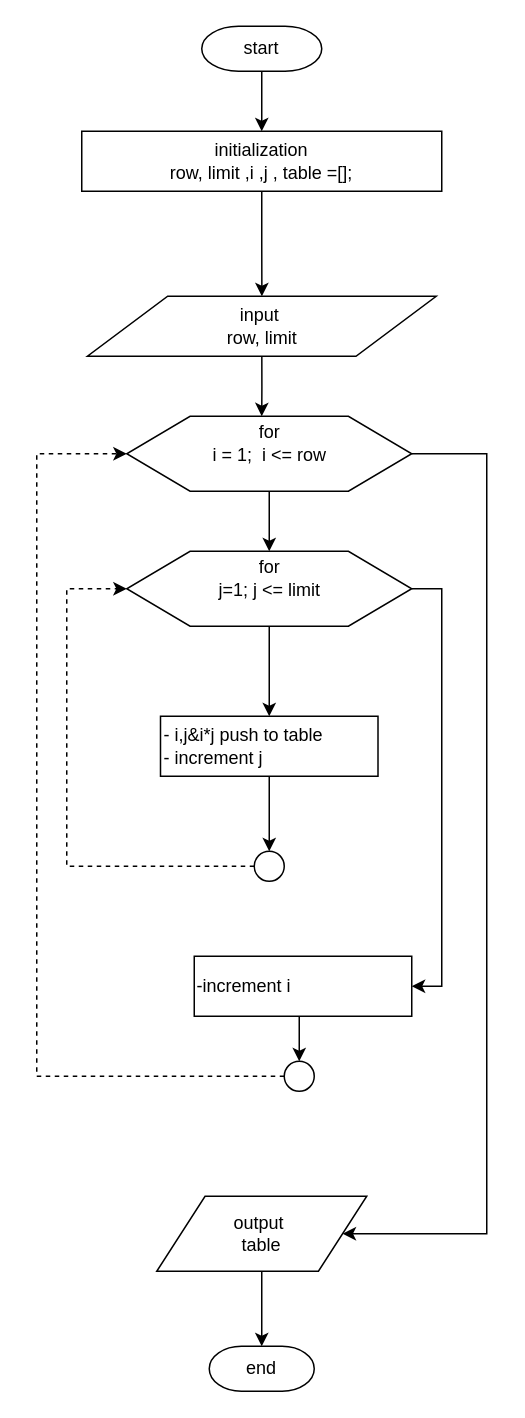
The draw.io diagram flowchart/multyplicationTable.drawio in dedisetiawan05/pre-bootcamp-dumbways, before the edit. Source tidied: cells renumbered, new cells numbered last; positions are measured from the earlier drawing's top-left corner, leaving out a move shared by most shapes. Both pictures are drawn from the tidied source at 150%, with x=0, y=0 at pixel (36, 26).
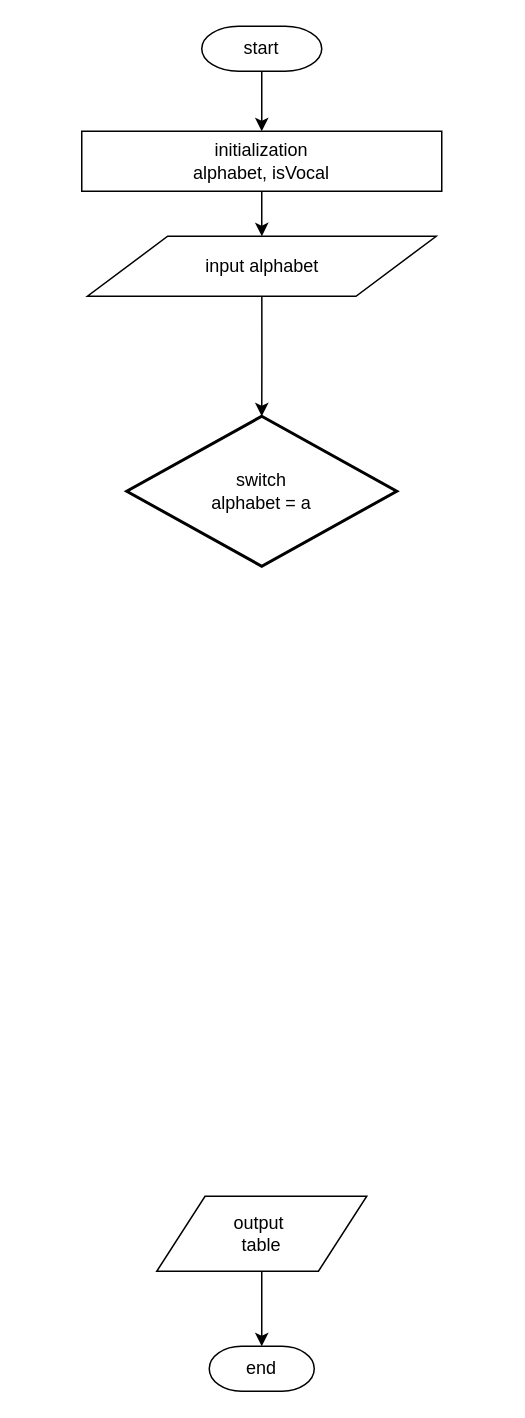
Above is the later version.

Commit message (it also covers changes not shown here):
flowchart vowels check final

The change refers to these unchanged cells:
```xml
<mxCell id="11" value="output&amp;nbsp;&lt;br&gt;table" style="shape=parallelogram;html=1;strokeWidth=1;perimeter=parallelogramPerimeter;whiteSpace=wrap;rounded=1;arcSize=0;size=0.23;" parent="1" vertex="1">
  <mxGeometry x="80" y="780" width="140" height="50" as="geometry" />
</mxCell>
```

Change to the diagram source:
```diff
@@
-    <mxCell id="4" value="input&amp;nbsp;&lt;br&gt;row, limit" style="shape=parallelogram;html=1;strokeWidth=1;perimeter=parallelogramPerimeter;whiteSpace=wrap;rounded=1;arcSize=0;size=0.23;" parent="1" vertex="1">
-      <mxGeometry x="33.8" y="180" width="232.5" height="40" as="geometry" />
+    <mxCell id="4" value="input alphabet" style="shape=parallelogram;html=1;strokeWidth=1;perimeter=parallelogramPerimeter;whiteSpace=wrap;rounded=1;arcSize=0;size=0.23;" parent="1" vertex="1">
+      <mxGeometry x="33.8" y="140" width="232.5" height="40" as="geometry" />
     </mxCell>
@@
-    <mxCell id="6" value="initialization&lt;br&gt;row, limit ,i ,j , table =[];" style="rounded=1;whiteSpace=wrap;html=1;absoluteArcSize=1;arcSize=0;strokeWidth=1;" parent="1" vertex="1">
+    <mxCell id="6" value="initialization&lt;br&gt;alphabet, isVocal" style="rounded=1;whiteSpace=wrap;html=1;absoluteArcSize=1;arcSize=0;strokeWidth=1;" parent="1" vertex="1">
       <mxGeometry x="30" y="70" width="240" height="40" as="geometry" />
     </mxCell>
-    <mxCell id="7" value="- i,j&amp;amp;i*j push to table&lt;br&gt;- increment j" style="rounded=1;absoluteArcSize=1;arcSize=0;strokeWidth=1;align=left;labelBorderColor=none;html=1;" parent="1" vertex="1">
-      <mxGeometry x="82.5" y="460" width="145" height="40" as="geometry" />
-    </mxCell>
-    <mxCell id="8" style="edgeStyle=orthogonalEdgeStyle;rounded=0;jettySize=auto;html=1;exitX=0.5;exitY=1;exitDx=0;exitDy=0;entryX=0.5;entryY=0;entryDx=0;entryDy=0;entryPerimeter=0;" parent="1" edge="1" source="9" target="27">
-      <mxGeometry relative="1" as="geometry" />
-    </mxCell>
-    <mxCell id="9" value="-increment i" style="rounded=1;whiteSpace=wrap;html=1;absoluteArcSize=1;arcSize=0;strokeWidth=1;align=left;" parent="1" vertex="1">
-      <mxGeometry x="105" y="620" width="145" height="40" as="geometry" />
-    </mxCell>
@@
-    <mxCell id="14" style="group;" parent="1" vertex="1">
-      <mxGeometry x="60" y="260" width="190" height="50" as="geometry" />
-    </mxCell>
-    <mxCell id="15" style="verticalLabelPosition=bottom;verticalAlign=top;shape=hexagon;perimeter=hexagonPerimeter2;arcSize=6;size=0.2222222222222222;align=center;labelBackgroundColor=none;html=1;whiteSpace=wrap;spacing=0;horizontal=1;" parent="14" vertex="1">
-      <mxGeometry width="190" height="50" as="geometry" />
-    </mxCell>
-    <mxCell id="16" value="for &lt;br&gt;i = 1;&amp;nbsp; i &amp;lt;= row" style="text;html=1;align=center;verticalAlign=middle;" parent="14" vertex="1">
-      <mxGeometry x="50" y="3" width="90" height="30" as="geometry" />
-    </mxCell>
-    <mxCell id="17" style="group;" parent="1" vertex="1">
-      <mxGeometry x="60" y="350" width="190" height="50" as="geometry" />
-    </mxCell>
-    <mxCell id="18" style="verticalLabelPosition=bottom;verticalAlign=top;shape=hexagon;perimeter=hexagonPerimeter2;arcSize=6;size=0.2222222222222222;align=center;labelBackgroundColor=none;html=1;whiteSpace=wrap;spacing=0;horizontal=1;" parent="17" vertex="1">
-      <mxGeometry width="190" height="50" as="geometry" />
-    </mxCell>
-    <mxCell id="19" value="for &lt;br&gt;j=1; j &amp;lt;= limit" style="text;html=1;align=center;verticalAlign=middle;" parent="17" vertex="1">
-      <mxGeometry x="55" y="3" width="80" height="30" as="geometry" />
-    </mxCell>
-    <mxCell id="20" style="strokeWidth=1;html=1;shape=mxgraph.flowchart.start_2;whiteSpace=wrap;labelBackgroundColor=none;align=left;" parent="1" vertex="1">
-      <mxGeometry x="145" y="550" width="20" height="20" as="geometry" />
-    </mxCell>
-    <mxCell id="21" style="edgeStyle=orthogonalEdgeStyle;rounded=0;jettySize=auto;html=1;entryX=0;entryY=0.5;entryDx=0;entryDy=0;exitX=0;exitY=0.5;exitDx=0;exitDy=0;exitPerimeter=0;dashed=1;" parent="1" edge="1" source="20" target="18">
-      <mxGeometry relative="1" as="geometry">
-        <Array as="points">
-          <mxPoint x="20" y="560" />
-          <mxPoint x="20" y="375" />
-        </Array>
-      </mxGeometry>
-    </mxCell>
-    <mxCell id="22" style="endArrow=classic;html=1;exitX=0.5;exitY=1;exitDx=0;exitDy=0;entryX=0.5;entryY=0;entryDx=0;entryDy=0;" parent="1" edge="1" source="18" target="7">
-      <mxGeometry relative="1" as="geometry" />
-    </mxCell>
-    <mxCell id="23" style="endArrow=classic;html=1;exitX=0.5;exitY=1;exitDx=0;exitDy=0;entryX=0.5;entryY=0;entryDx=0;entryDy=0;entryPerimeter=0;" parent="1" edge="1" source="7" target="20">
-      <mxGeometry relative="1" as="geometry" />
-    </mxCell>
-    <mxCell id="24" style="edgeStyle=orthogonalEdgeStyle;rounded=0;jettySize=auto;html=1;exitX=1;exitY=0.5;exitDx=0;exitDy=0;entryX=1;entryY=0.5;entryDx=0;entryDy=0;" parent="1" edge="1" source="18" target="9">
-      <mxGeometry relative="1" as="geometry" />
-    </mxCell>
-    <mxCell id="25" style="edgeStyle=orthogonalEdgeStyle;rounded=0;jettySize=auto;html=1;exitX=0.5;exitY=1;exitDx=0;exitDy=0;entryX=0.5;entryY=0;entryDx=0;entryDy=0;" parent="1" edge="1" source="15" target="18">
-      <mxGeometry relative="1" as="geometry" />
-    </mxCell>
-    <mxCell id="26" style="edgeStyle=orthogonalEdgeStyle;rounded=0;jettySize=auto;html=1;exitX=0;exitY=0.5;exitDx=0;exitDy=0;exitPerimeter=0;entryX=0;entryY=0.5;entryDx=0;entryDy=0;dashed=1;" parent="1" edge="1" source="27" target="15">
-      <mxGeometry relative="1" as="geometry">
-        <Array as="points">
-          <mxPoint y="700" />
-          <mxPoint y="285" />
-        </Array>
-      </mxGeometry>
-    </mxCell>
-    <mxCell id="27" style="strokeWidth=1;html=1;shape=mxgraph.flowchart.start_2;whiteSpace=wrap;labelBackgroundColor=none;align=left;" parent="1" vertex="1">
-      <mxGeometry x="165" y="690" width="20" height="20" as="geometry" />
-    </mxCell>
-    <mxCell id="28" style="edgeStyle=orthogonalEdgeStyle;rounded=0;jettySize=auto;html=1;exitX=1;exitY=0.5;exitDx=0;exitDy=0;entryX=1;entryY=0.5;entryDx=0;entryDy=0;" parent="1" edge="1" source="15" target="11">
-      <mxGeometry relative="1" as="geometry">
-        <Array as="points">
-          <mxPoint x="300" y="285" />
-          <mxPoint x="300" y="805" />
-        </Array>
-      </mxGeometry>
-    </mxCell>
+    <mxCell id="29" value="switch &lt;br&gt;alphabet = a" style="strokeWidth=2;html=1;shape=mxgraph.flowchart.decision;whiteSpace=wrap;labelBackgroundColor=none;align=center;" parent="1" vertex="1">
+      <mxGeometry x="60" y="260" width="180" height="100" as="geometry" />
+    </mxCell>
```
